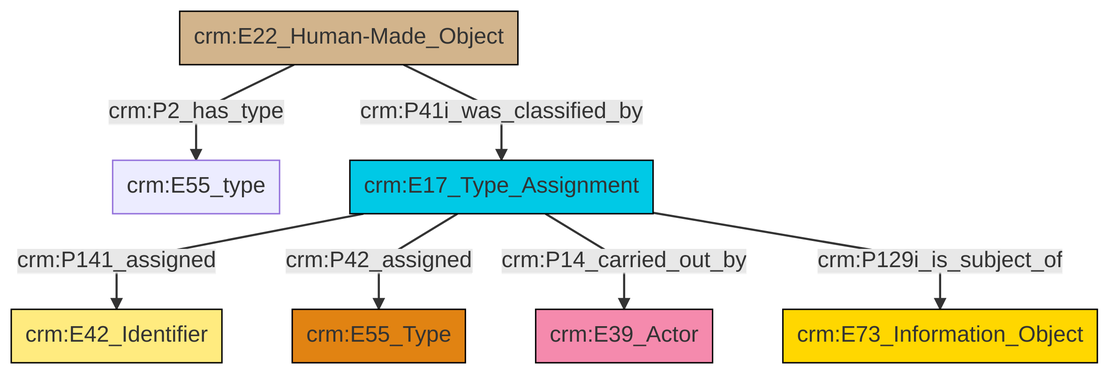
swiss-art-research-net/reference-data-models keeps this Mermaid diagram as et/builtWorkCSV/ttl/mmd/png/Built_Work_designation_status.png. Above is the earlier version. Its source is kept beside it as et/builtWorkCSV/ttl/mmd/Built_Work_designation_status.ttl.mmd.
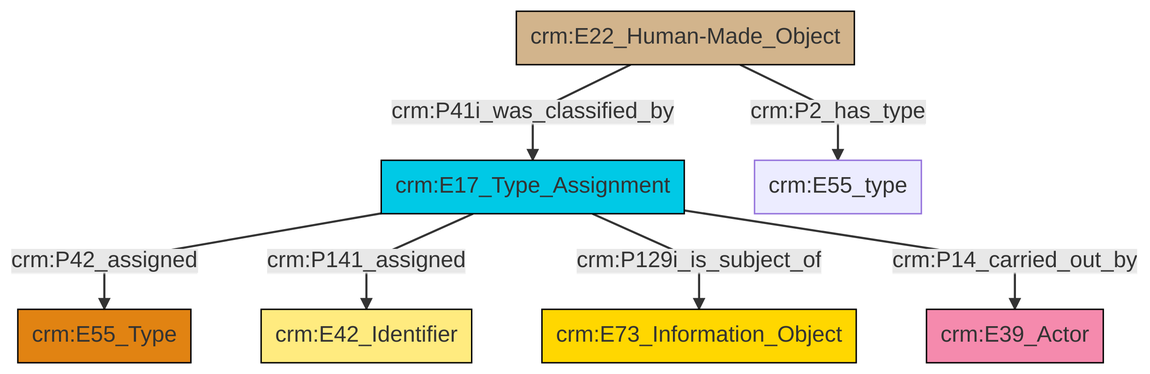
The same diagram one commit later.

The edit, as a diff of the source:
```diff
@@ -13,9 +13,9 @@
 classDef PC_Classes fill:#4ce600, stroke:#000000;
 classDef Multi fill:#cccccc,stroke:#000000;
 
-2["crm:E17_Type_Assignment"]:::Temporal_Entity -->|crm:P141_assigned| 3["crm:E42_Identifier"]:::Appellation
-2["crm:E17_Type_Assignment"]:::Temporal_Entity -->|crm:P42_assigned| 4["crm:E55_Type"]:::Type
-2["crm:E17_Type_Assignment"]:::Temporal_Entity -->|crm:P14_carried_out_by| 9["crm:E39_Actor"]:::Actor
-10["crm:E22_Human-Made_Object"]:::Physical_Thing -->|crm:P2_has_type| 0["crm:E55_type"]:::Default
-10["crm:E22_Human-Made_Object"]:::Physical_Thing -->|crm:P41i_was_classified_by| 2["crm:E17_Type_Assignment"]:::Temporal_Entity
-2["crm:E17_Type_Assignment"]:::Temporal_Entity -->|crm:P129i_is_subject_of| 6["crm:E73_Information_Object"]:::Conceptual_Object
+0["crm:E22_Human-Made_Object"]:::Physical_Thing -->|crm:P41i_was_classified_by| 1["crm:E17_Type_Assignment"]:::Temporal_Entity
+1["crm:E17_Type_Assignment"]:::Temporal_Entity -->|crm:P42_assigned| 2["crm:E55_Type"]:::Type
+1["crm:E17_Type_Assignment"]:::Temporal_Entity -->|crm:P141_assigned| 3["crm:E42_Identifier"]:::Appellation
+1["crm:E17_Type_Assignment"]:::Temporal_Entity -->|crm:P129i_is_subject_of| 5["crm:E73_Information_Object"]:::Conceptual_Object
+1["crm:E17_Type_Assignment"]:::Temporal_Entity -->|crm:P14_carried_out_by| 7["crm:E39_Actor"]:::Actor
+0["crm:E22_Human-Made_Object"]:::Physical_Thing -->|crm:P2_has_type| 8["crm:E55_type"]:::Default
```
